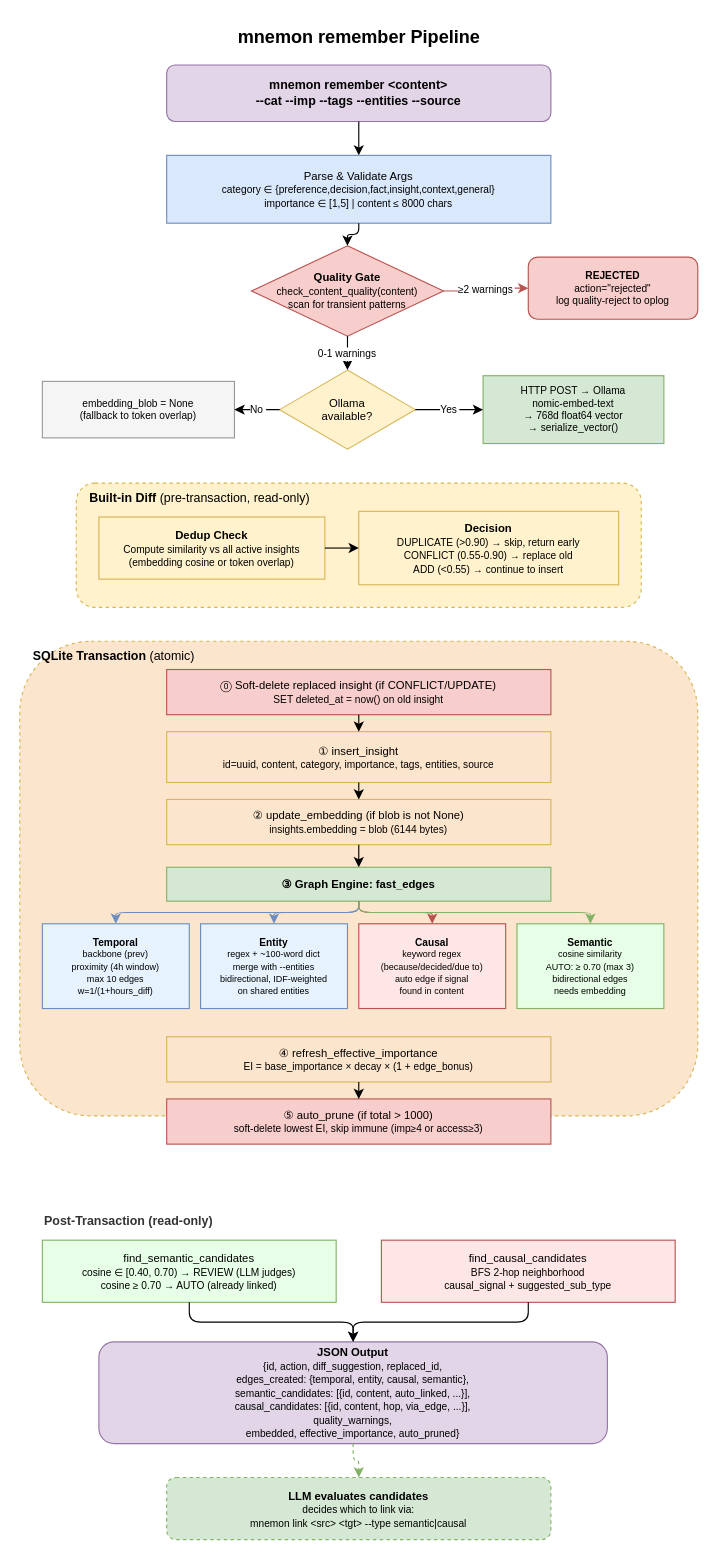
Above: docs/diagrams/02-remember-pipeline.drawio in bissli/memman (draw.io), before the change. Source tidied: cells renumbered, new cells numbered last; positions are measured from the earlier drawing's top-left corner, leaving out a move shared by most shapes. Both pictures are drawn from the tidied source at 113%, with x=0, y=0 at pixel (19, 19).
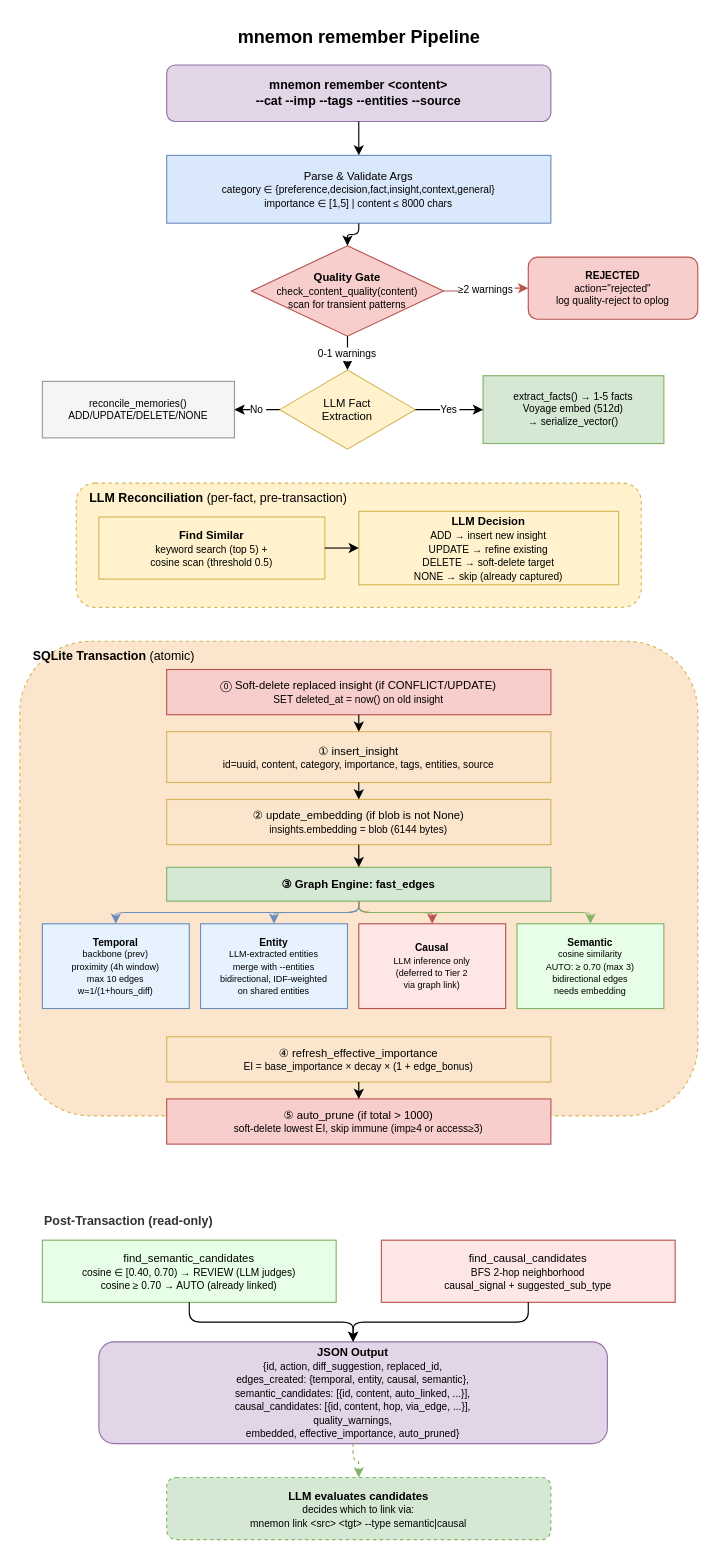
The same page after the edit.

Change to the diagram source:
```diff
@@
-    <mxCell id="10" value="Ollama&lt;br&gt;available?" style="rhombus;whiteSpace=wrap;html=1;fillColor=#fff2cc;strokeColor=#d6b656;fontSize=10;" parent="1" vertex="1">
+    <mxCell id="10" value="LLM Fact&lt;br&gt;Extraction" style="rhombus;whiteSpace=wrap;html=1;fillColor=#fff2cc;strokeColor=#d6b656;fontSize=10;" parent="1" vertex="1">
       <mxGeometry x="230" y="310" width="120" height="70" as="geometry" />
     </mxCell>
@@
-    <mxCell id="12" value="HTTP POST → Ollama&lt;br&gt;nomic-embed-text&lt;br&gt;→ 768d float64 vector&lt;br&gt;→ serialize_vector()" style="rounded=0;whiteSpace=wrap;html=1;fillColor=#d5e8d4;strokeColor=#82b366;fontSize=9;" parent="1" vertex="1">
+    <mxCell id="12" value="extract_facts() → 1-5 facts&lt;br&gt;Voyage embed (512d)&lt;br&gt;→ serialize_vector()" style="rounded=0;whiteSpace=wrap;html=1;fillColor=#d5e8d4;strokeColor=#82b366;fontSize=9;" parent="1" vertex="1">
       <mxGeometry x="410" y="315" width="160" height="60" as="geometry" />
     </mxCell>
@@
-    <mxCell id="14" value="embedding_blob = None&lt;br&gt;(fallback to token overlap)" style="rounded=0;whiteSpace=wrap;html=1;fillColor=#f5f5f5;strokeColor=#999999;fontSize=9;" parent="1" vertex="1">
+    <mxCell id="14" value="reconcile_memories()&lt;br&gt;ADD/UPDATE/DELETE/NONE" style="rounded=0;whiteSpace=wrap;html=1;fillColor=#f5f5f5;strokeColor=#999999;fontSize=9;" parent="1" vertex="1">
       <mxGeometry x="20" y="320" width="170" height="50" as="geometry" />
     </mxCell>
@@
-    <mxCell id="16" value="&lt;b&gt;Built-in Diff&lt;/b&gt; (pre-transaction, read-only)" style="rounded=1;whiteSpace=wrap;html=1;fillColor=#fff2cc;strokeColor=#d6b656;verticalAlign=top;fontSize=11;align=left;spacingLeft=10;dashed=1;" parent="1" vertex="1">
+    <mxCell id="16" value="&lt;b&gt;LLM Reconciliation&lt;/b&gt; (per-fact, pre-transaction)" style="rounded=1;whiteSpace=wrap;html=1;fillColor=#fff2cc;strokeColor=#d6b656;verticalAlign=top;fontSize=11;align=left;spacingLeft=10;dashed=1;" parent="1" vertex="1">
       <mxGeometry x="50" y="410" width="500" height="110" as="geometry" />
     </mxCell>
-    <mxCell id="17" value="&lt;b&gt;Dedup Check&lt;/b&gt;&lt;br&gt;&lt;font style=&quot;font-size:9px&quot;&gt;Compute similarity vs all active insights&lt;br&gt;(embedding cosine or token overlap)&lt;/font&gt;" style="rounded=0;whiteSpace=wrap;html=1;fillColor=#fff2cc;strokeColor=#d6b656;fontSize=10;" parent="1" vertex="1">
+    <mxCell id="17" value="&lt;b&gt;Find Similar&lt;/b&gt;&lt;br&gt;&lt;font style=&quot;font-size:9px&quot;&gt;keyword search (top 5) +&lt;br&gt;cosine scan (threshold 0.5)&lt;/font&gt;" style="rounded=0;whiteSpace=wrap;html=1;fillColor=#fff2cc;strokeColor=#d6b656;fontSize=10;" parent="1" vertex="1">
       <mxGeometry x="70" y="440" width="200" height="55" as="geometry" />
     </mxCell>
-    <mxCell id="18" value="&lt;b&gt;Decision&lt;/b&gt;&lt;br&gt;&lt;font style=&quot;font-size:9px&quot;&gt;DUPLICATE (&gt;0.90) → skip, return early&lt;br&gt;CONFLICT (0.55-0.90) → replace old&lt;br&gt;ADD (&lt;0.55) → continue to insert&lt;/font&gt;" style="rounded=0;whiteSpace=wrap;html=1;fillColor=#fff2cc;strokeColor=#d6b656;fontSize=10;" parent="1" vertex="1">
+    <mxCell id="18" value="&lt;b&gt;LLM Decision&lt;/b&gt;&lt;br&gt;&lt;font style=&quot;font-size:9px&quot;&gt;ADD → insert new insight&lt;br&gt;UPDATE → refine existing&lt;br&gt;DELETE → soft-delete target&lt;br&gt;NONE → skip (already captured)&lt;/font&gt;" style="rounded=0;whiteSpace=wrap;html=1;fillColor=#fff2cc;strokeColor=#d6b656;fontSize=10;" parent="1" vertex="1">
       <mxGeometry x="300" y="435" width="230" height="65" as="geometry" />
     </mxCell>
@@
-    <mxCell id="29" value="&lt;b&gt;Entity&lt;/b&gt;&lt;br&gt;&lt;font style=&quot;font-size:8px&quot;&gt;regex + ~100-word dict&lt;br&gt;merge with --entities&lt;br&gt;bidirectional, IDF-weighted&lt;br&gt;on shared entities&lt;/font&gt;" style="rounded=0;whiteSpace=wrap;html=1;fontSize=9;fillColor=#E6F3FF;strokeColor=#6c8ebf;" parent="1" vertex="1">
+    <mxCell id="29" value="&lt;b&gt;Entity&lt;/b&gt;&lt;br&gt;&lt;font style=&quot;font-size:8px&quot;&gt;LLM-extracted entities&lt;br&gt;merge with --entities&lt;br&gt;bidirectional, IDF-weighted&lt;br&gt;on shared entities&lt;/font&gt;" style="rounded=0;whiteSpace=wrap;html=1;fontSize=9;fillColor=#E6F3FF;strokeColor=#6c8ebf;" parent="1" vertex="1">
       <mxGeometry x="160" y="800" width="130" height="75" as="geometry" />
     </mxCell>
-    <mxCell id="30" value="&lt;b&gt;Causal&lt;/b&gt;&lt;br&gt;&lt;font style=&quot;font-size:8px&quot;&gt;keyword regex&lt;br&gt;(because/decided/due to)&lt;br&gt;auto edge if signal&lt;br&gt;found in content&lt;/font&gt;" style="rounded=0;whiteSpace=wrap;html=1;fontSize=9;fillColor=#FFE6E6;strokeColor=#b85450;" parent="1" vertex="1">
+    <mxCell id="30" value="&lt;b&gt;Causal&lt;/b&gt;&lt;br&gt;&lt;font style=&quot;font-size:8px&quot;&gt;LLM inference only&lt;br&gt;(deferred to Tier 2&lt;br&gt;via graph link)&lt;/font&gt;" style="rounded=0;whiteSpace=wrap;html=1;fontSize=9;fillColor=#FFE6E6;strokeColor=#b85450;" parent="1" vertex="1">
       <mxGeometry x="300" y="800" width="130" height="75" as="geometry" />
     </mxCell>
```
